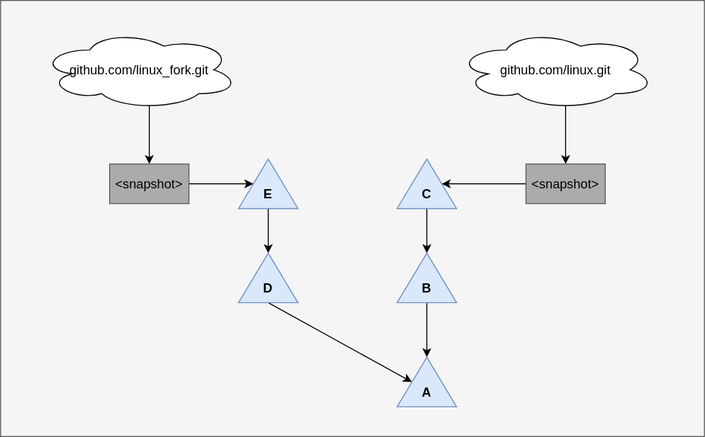
Before: content/assets/images/provenance_from_graph/Commit_graph.drawio.svg, a diagram exported from draw.io (CharlyReux/CharlyReux.github.io). Source tidied: cells renumbered, new cells last; positions are measured from the earlier drawing's top-left corner, leaving out a move shared by most shapes.
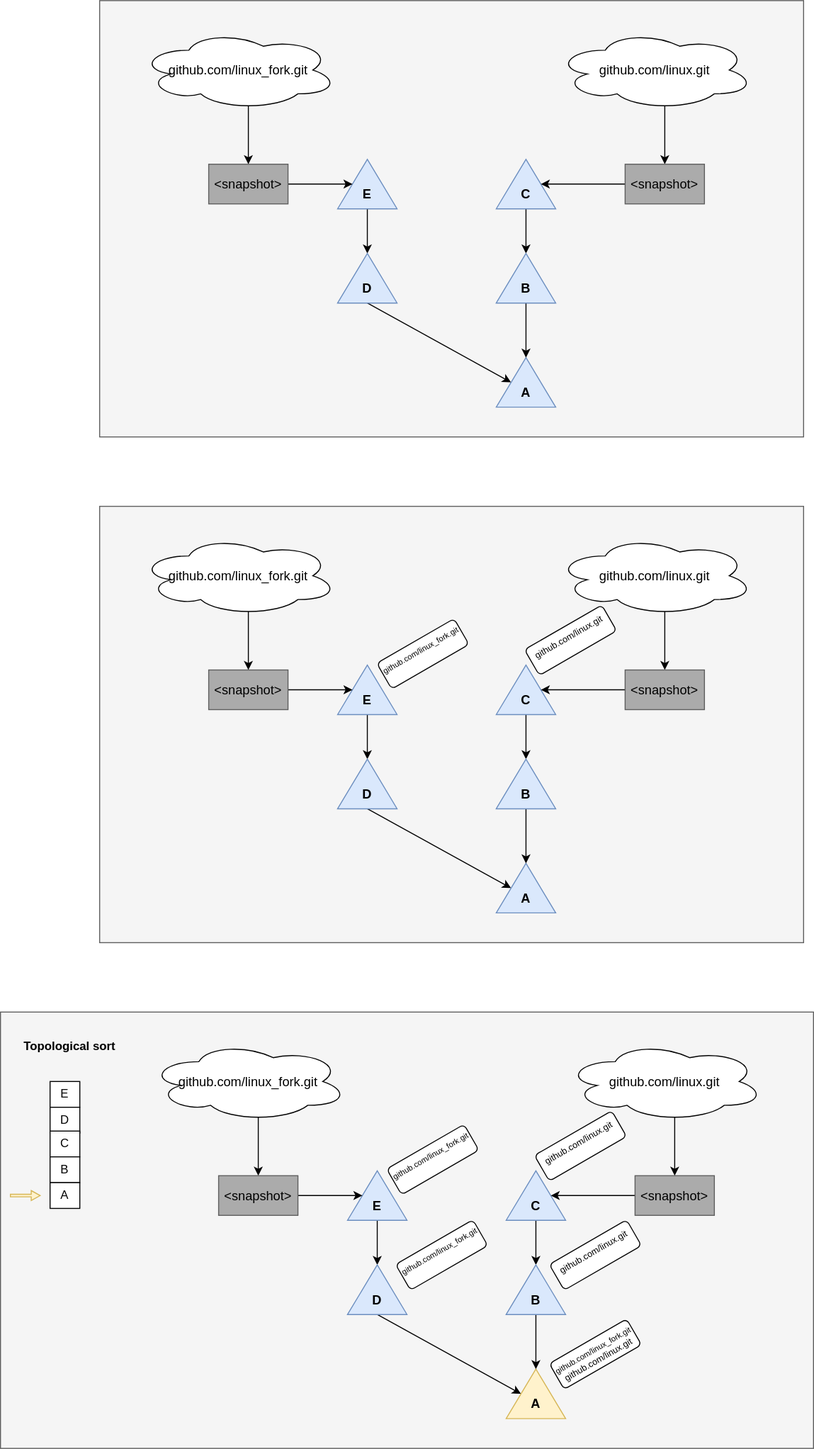
The same file after the commit.

What changed in the source:
```diff
@@ -71,5 +71,185 @@
     <mxCell id="24" value="&amp;lt;snapshot&amp;gt;" style="rounded=0;whiteSpace=wrap;html=1;fillColor=#ABABAB;strokeColor=#5E5E5E;fontSize=13;" parent="1" vertex="1">
       <mxGeometry x="530" y="165" width="80" height="40" as="geometry" />
     </mxCell>
+    <mxCell id="25" style="rounded=0;whiteSpace=wrap;html=1;fillColor=#f5f5f5;fontColor=#333333;strokeColor=#5E5E5E;" parent="1" vertex="1">
+      <mxGeometry y="510" width="710" height="440" as="geometry" />
+    </mxCell>
+    <mxCell id="26" style="endArrow=classic;html=1;rounded=0;entryX=0;entryY=0;entryDx=15;entryDy=25;exitX=0.5;exitY=1;exitDx=0;exitDy=0;entryPerimeter=0;exitPerimeter=0;fontSize=13;" parent="1" edge="1" source="34" target="27">
+      <mxGeometry relative="1" as="geometry" />
+    </mxCell>
+    <mxCell id="27" style="verticalLabelPosition=bottom;verticalAlign=top;html=1;shape=mxgraph.basic.acute_triangle;dx=0.5;fillColor=#dae8fc;strokeColor=#6c8ebf;fontSize=13;" parent="1" vertex="1">
+      <mxGeometry x="400" y="870" width="60" height="50" as="geometry" />
+    </mxCell>
+    <mxCell id="28" style="edgeStyle=orthogonalEdgeStyle;rounded=0;jettySize=auto;html=1;fontSize=13;" parent="1" edge="1" source="29" target="31">
+      <mxGeometry relative="1" as="geometry" />
+    </mxCell>
+    <mxCell id="29" style="verticalLabelPosition=bottom;verticalAlign=top;html=1;shape=mxgraph.basic.acute_triangle;dx=0.5;fillColor=#dae8fc;strokeColor=#6c8ebf;fontSize=13;" parent="1" vertex="1">
+      <mxGeometry x="400" y="670" width="60" height="50" as="geometry" />
+    </mxCell>
+    <mxCell id="30" style="edgeStyle=orthogonalEdgeStyle;rounded=0;jettySize=auto;html=1;fontSize=13;" parent="1" edge="1" source="31" target="27">
+      <mxGeometry relative="1" as="geometry" />
+    </mxCell>
+    <mxCell id="31" style="verticalLabelPosition=bottom;verticalAlign=top;html=1;shape=mxgraph.basic.acute_triangle;dx=0.5;fillColor=#dae8fc;strokeColor=#6c8ebf;fontSize=13;" parent="1" vertex="1">
+      <mxGeometry x="400" y="765" width="60" height="50" as="geometry" />
+    </mxCell>
+    <mxCell id="32" style="edgeStyle=orthogonalEdgeStyle;rounded=0;jettySize=auto;html=1;fontSize=13;" parent="1" edge="1" source="33" target="34">
+      <mxGeometry relative="1" as="geometry" />
+    </mxCell>
+    <mxCell id="33" style="verticalLabelPosition=bottom;verticalAlign=top;html=1;shape=mxgraph.basic.acute_triangle;dx=0.5;fillColor=#dae8fc;strokeColor=#6c8ebf;fontSize=13;" parent="1" vertex="1">
+      <mxGeometry x="240" y="670" width="60" height="50" as="geometry" />
+    </mxCell>
+    <mxCell id="34" style="verticalLabelPosition=bottom;verticalAlign=top;html=1;shape=mxgraph.basic.acute_triangle;dx=0.5;fillColor=#dae8fc;strokeColor=#6c8ebf;fontSize=13;" parent="1" vertex="1">
+      <mxGeometry x="240" y="765" width="60" height="50" as="geometry" />
+    </mxCell>
+    <mxCell id="35" value="A" style="text;html=1;align=center;verticalAlign=middle;whiteSpace=wrap;rounded=0;fontStyle=1;fontSize=13;" parent="1" vertex="1">
+      <mxGeometry x="415" y="890" width="30" height="30" as="geometry" />
+    </mxCell>
+    <mxCell id="36" value="B" style="text;html=1;align=center;verticalAlign=middle;whiteSpace=wrap;rounded=0;fontStyle=1;fontSize=13;" parent="1" vertex="1">
+      <mxGeometry x="415" y="785" width="30" height="30" as="geometry" />
+    </mxCell>
+    <mxCell id="37" value="C" style="text;html=1;align=center;verticalAlign=middle;whiteSpace=wrap;rounded=0;fontStyle=1;fontSize=13;" parent="1" vertex="1">
+      <mxGeometry x="415" y="690" width="30" height="30" as="geometry" />
+    </mxCell>
+    <mxCell id="38" value="D" style="text;html=1;align=center;verticalAlign=middle;whiteSpace=wrap;rounded=0;fontStyle=1;fontSize=13;" parent="1" vertex="1">
+      <mxGeometry x="255" y="785" width="30" height="30" as="geometry" />
+    </mxCell>
+    <mxCell id="39" value="E" style="text;html=1;align=center;verticalAlign=middle;whiteSpace=wrap;rounded=0;fontStyle=1;fontSize=13;" parent="1" vertex="1">
+      <mxGeometry x="255" y="690" width="30" height="30" as="geometry" />
+    </mxCell>
+    <mxCell id="40" style="edgeStyle=orthogonalEdgeStyle;rounded=0;jettySize=auto;html=1;exitX=0.55;exitY=0.95;exitDx=0;exitDy=0;exitPerimeter=0;fontSize=13;" parent="1" edge="1" source="41" target="43">
+      <mxGeometry relative="1" as="geometry" />
+    </mxCell>
+    <mxCell id="41" value="github.com/linux_fork.git" style="ellipse;shape=cloud;whiteSpace=wrap;html=1;fontSize=13;" parent="1" vertex="1">
+      <mxGeometry x="40" y="540" width="200" height="80" as="geometry" />
+    </mxCell>
+    <mxCell id="42" style="edgeStyle=orthogonalEdgeStyle;rounded=0;jettySize=auto;html=1;entryX=0;entryY=0;entryDx=15;entryDy=25;entryPerimeter=0;fontSize=13;" parent="1" edge="1" source="43" target="33">
+      <mxGeometry relative="1" as="geometry" />
+    </mxCell>
+    <mxCell id="43" value="&amp;lt;snapshot&amp;gt;" style="rounded=0;whiteSpace=wrap;html=1;fillColor=#ABABAB;strokeColor=#5E5E5E;fontSize=13;" parent="1" vertex="1">
+      <mxGeometry x="110" y="675" width="80" height="40" as="geometry" />
+    </mxCell>
+    <mxCell id="44" style="edgeStyle=orthogonalEdgeStyle;rounded=0;jettySize=auto;html=1;exitX=0.55;exitY=0.95;exitDx=0;exitDy=0;exitPerimeter=0;fontSize=13;" parent="1" edge="1" source="45" target="47">
+      <mxGeometry relative="1" as="geometry" />
+    </mxCell>
+    <mxCell id="45" value="github.com/linux.git" style="ellipse;shape=cloud;whiteSpace=wrap;html=1;fontSize=13;" parent="1" vertex="1">
+      <mxGeometry x="460" y="540" width="200" height="80" as="geometry" />
+    </mxCell>
+    <mxCell id="46" style="edgeStyle=orthogonalEdgeStyle;rounded=0;jettySize=auto;html=1;entryX=0;entryY=0;entryDx=45;entryDy=25;entryPerimeter=0;fontSize=13;" parent="1" edge="1" source="47" target="29">
+      <mxGeometry relative="1" as="geometry" />
+    </mxCell>
+    <mxCell id="47" value="&amp;lt;snapshot&amp;gt;" style="rounded=0;whiteSpace=wrap;html=1;fillColor=#ABABAB;strokeColor=#5E5E5E;fontSize=13;" parent="1" vertex="1">
+      <mxGeometry x="530" y="675" width="80" height="40" as="geometry" />
+    </mxCell>
+    <mxCell id="48" value="&lt;span style=&quot;font-size: 8px;&quot;&gt;github.com/linux_fork.git&lt;/span&gt;" style="rounded=1;whiteSpace=wrap;html=1;fontSize=8;rotation=-30;verticalAlign=top;labelPosition=center;verticalLabelPosition=middle;align=center;" parent="1" vertex="1">
+      <mxGeometry x="281" y="643.7" width="90" height="30" as="geometry" />
+    </mxCell>
+    <mxCell id="49" value="&lt;span style=&quot;font-size: 9px;&quot;&gt;github.com/linux.git&lt;/span&gt;" style="rounded=1;whiteSpace=wrap;html=1;fontSize=8;rotation=-30;verticalAlign=top;labelPosition=center;verticalLabelPosition=middle;align=center;" parent="1" vertex="1">
+      <mxGeometry x="430" y="630" width="90" height="30" as="geometry" />
+    </mxCell>
+    <mxCell id="50" style="rounded=0;whiteSpace=wrap;html=1;fillColor=#f5f5f5;fontColor=#333333;strokeColor=#5E5E5E;" parent="1" vertex="1">
+      <mxGeometry x="-100" y="1020" width="820" height="440" as="geometry" />
+    </mxCell>
+    <mxCell id="51" style="endArrow=classic;html=1;rounded=0;entryX=0;entryY=0;entryDx=15;entryDy=25;exitX=0.5;exitY=1;exitDx=0;exitDy=0;entryPerimeter=0;exitPerimeter=0;fontSize=13;" parent="1" edge="1" source="59" target="52">
+      <mxGeometry relative="1" as="geometry" />
+    </mxCell>
+    <mxCell id="52" style="verticalLabelPosition=bottom;verticalAlign=top;html=1;shape=mxgraph.basic.acute_triangle;dx=0.5;fillColor=#fff2cc;strokeColor=#d6b656;fontSize=13;" parent="1" vertex="1">
+      <mxGeometry x="410" y="1380" width="60" height="50" as="geometry" />
+    </mxCell>
+    <mxCell id="53" style="edgeStyle=orthogonalEdgeStyle;rounded=0;jettySize=auto;html=1;fontSize=13;" parent="1" edge="1" source="54" target="56">
+      <mxGeometry relative="1" as="geometry" />
+    </mxCell>
+    <mxCell id="54" style="verticalLabelPosition=bottom;verticalAlign=top;html=1;shape=mxgraph.basic.acute_triangle;dx=0.5;fillColor=#dae8fc;strokeColor=#6c8ebf;fontSize=13;" parent="1" vertex="1">
+      <mxGeometry x="410" y="1180" width="60" height="50" as="geometry" />
+    </mxCell>
+    <mxCell id="55" style="edgeStyle=orthogonalEdgeStyle;rounded=0;jettySize=auto;html=1;fontSize=13;" parent="1" edge="1" source="56" target="52">
+      <mxGeometry relative="1" as="geometry" />
+    </mxCell>
+    <mxCell id="56" style="verticalLabelPosition=bottom;verticalAlign=top;html=1;shape=mxgraph.basic.acute_triangle;dx=0.5;fillColor=#dae8fc;strokeColor=#6c8ebf;fontSize=13;" parent="1" vertex="1">
+      <mxGeometry x="410" y="1275" width="60" height="50" as="geometry" />
+    </mxCell>
+    <mxCell id="57" style="edgeStyle=orthogonalEdgeStyle;rounded=0;jettySize=auto;html=1;fontSize=13;" parent="1" edge="1" source="58" target="59">
+      <mxGeometry relative="1" as="geometry" />
+    </mxCell>
+    <mxCell id="58" style="verticalLabelPosition=bottom;verticalAlign=top;html=1;shape=mxgraph.basic.acute_triangle;dx=0.5;fillColor=#dae8fc;strokeColor=#6c8ebf;fontSize=13;" parent="1" vertex="1">
+      <mxGeometry x="250" y="1180" width="60" height="50" as="geometry" />
+    </mxCell>
+    <mxCell id="59" style="verticalLabelPosition=bottom;verticalAlign=top;html=1;shape=mxgraph.basic.acute_triangle;dx=0.5;fillColor=#dae8fc;strokeColor=#6c8ebf;fontSize=13;" parent="1" vertex="1">
+      <mxGeometry x="250" y="1275" width="60" height="50" as="geometry" />
+    </mxCell>
+    <mxCell id="60" value="A" style="text;html=1;align=center;verticalAlign=middle;whiteSpace=wrap;rounded=0;fontStyle=1;fontSize=13;" parent="1" vertex="1">
+      <mxGeometry x="425" y="1400" width="30" height="30" as="geometry" />
+    </mxCell>
+    <mxCell id="61" value="B" style="text;html=1;align=center;verticalAlign=middle;whiteSpace=wrap;rounded=0;fontStyle=1;fontSize=13;" parent="1" vertex="1">
+      <mxGeometry x="425" y="1295" width="30" height="30" as="geometry" />
+    </mxCell>
+    <mxCell id="62" value="C" style="text;html=1;align=center;verticalAlign=middle;whiteSpace=wrap;rounded=0;fontStyle=1;fontSize=13;" parent="1" vertex="1">
+      <mxGeometry x="425" y="1200" width="30" height="30" as="geometry" />
+    </mxCell>
+    <mxCell id="63" value="D" style="text;html=1;align=center;verticalAlign=middle;whiteSpace=wrap;rounded=0;fontStyle=1;fontSize=13;" parent="1" vertex="1">
+      <mxGeometry x="265" y="1295" width="30" height="30" as="geometry" />
+    </mxCell>
+    <mxCell id="64" value="E" style="text;html=1;align=center;verticalAlign=middle;whiteSpace=wrap;rounded=0;fontStyle=1;fontSize=13;" parent="1" vertex="1">
+      <mxGeometry x="265" y="1200" width="30" height="30" as="geometry" />
+    </mxCell>
+    <mxCell id="65" style="edgeStyle=orthogonalEdgeStyle;rounded=0;jettySize=auto;html=1;exitX=0.55;exitY=0.95;exitDx=0;exitDy=0;exitPerimeter=0;fontSize=13;" parent="1" edge="1" source="66" target="68">
+      <mxGeometry relative="1" as="geometry" />
+    </mxCell>
+    <mxCell id="66" value="github.com/linux_fork.git" style="ellipse;shape=cloud;whiteSpace=wrap;html=1;fontSize=13;" parent="1" vertex="1">
+      <mxGeometry x="50" y="1050" width="200" height="80" as="geometry" />
+    </mxCell>
+    <mxCell id="67" style="edgeStyle=orthogonalEdgeStyle;rounded=0;jettySize=auto;html=1;entryX=0;entryY=0;entryDx=15;entryDy=25;entryPerimeter=0;fontSize=13;" parent="1" edge="1" source="68" target="58">
+      <mxGeometry relative="1" as="geometry" />
+    </mxCell>
+    <mxCell id="68" value="&amp;lt;snapshot&amp;gt;" style="rounded=0;whiteSpace=wrap;html=1;fillColor=#ABABAB;strokeColor=#5E5E5E;fontSize=13;" parent="1" vertex="1">
+      <mxGeometry x="120" y="1185" width="80" height="40" as="geometry" />
+    </mxCell>
+    <mxCell id="69" style="edgeStyle=orthogonalEdgeStyle;rounded=0;jettySize=auto;html=1;exitX=0.55;exitY=0.95;exitDx=0;exitDy=0;exitPerimeter=0;fontSize=13;" parent="1" edge="1" source="70" target="72">
+      <mxGeometry relative="1" as="geometry" />
+    </mxCell>
+    <mxCell id="70" value="github.com/linux.git" style="ellipse;shape=cloud;whiteSpace=wrap;html=1;fontSize=13;" parent="1" vertex="1">
+      <mxGeometry x="470" y="1050" width="200" height="80" as="geometry" />
+    </mxCell>
+    <mxCell id="71" style="edgeStyle=orthogonalEdgeStyle;rounded=0;jettySize=auto;html=1;entryX=0;entryY=0;entryDx=45;entryDy=25;entryPerimeter=0;fontSize=13;" parent="1" edge="1" source="72" target="54">
+      <mxGeometry relative="1" as="geometry" />
+    </mxCell>
+    <mxCell id="72" value="&amp;lt;snapshot&amp;gt;" style="rounded=0;whiteSpace=wrap;html=1;fillColor=#ABABAB;strokeColor=#5E5E5E;fontSize=13;" parent="1" vertex="1">
+      <mxGeometry x="540" y="1185" width="80" height="40" as="geometry" />
+    </mxCell>
+    <mxCell id="73" value="&lt;span style=&quot;font-size: 8px;&quot;&gt;github.com/linux_fork.git&lt;/span&gt;" style="rounded=1;whiteSpace=wrap;html=1;fontSize=8;rotation=-30;verticalAlign=top;labelPosition=center;verticalLabelPosition=middle;align=center;" parent="1" vertex="1">
+      <mxGeometry x="291" y="1153.7" width="90" height="30" as="geometry" />
+    </mxCell>
+    <mxCell id="74" value="&lt;span style=&quot;font-size: 9px;&quot;&gt;github.com/linux.git&lt;/span&gt;" style="rounded=1;whiteSpace=wrap;html=1;fontSize=8;rotation=-30;verticalAlign=top;labelPosition=center;verticalLabelPosition=middle;align=center;" parent="1" vertex="1">
+      <mxGeometry x="440" y="1140" width="90" height="30" as="geometry" />
+    </mxCell>
+    <mxCell id="75" value="Topological sort" style="text;html=1;align=center;verticalAlign=middle;whiteSpace=wrap;rounded=0;fontStyle=1;" parent="1" vertex="1">
+      <mxGeometry x="-80" y="1040" width="100" height="30" as="geometry" />
+    </mxCell>
+    <mxCell id="76" value="E&lt;span style=&quot;color: rgba(0, 0, 0, 0); font-family: monospace; font-size: 0px; text-align: start; text-wrap: nowrap;&quot;&gt;%3CmxGraphModel%3E%3Croot%3E%3CmxCell%20id%3D%220%22%2F%3E%3CmxCell%20id%3D%221%22%20parent%3D%220%22%2F%3E%3CmxCell%20id%3D%222%22%20value%3D%22%26lt%3Bspan%20style%3D%26quot%3Bfont-size%3A%209px%3B%26quot%3B%26gt%3Bgithub.com%2Flinux.git%26lt%3B%2Fspan%26gt%3B%22%20style%3D%22rounded%3D1%3BwhiteSpace%3Dwrap%3Bhtml%3D1%3BfontSize%3D8%3Brotation%3D-30%3BverticalAlign%3Dtop%3BlabelPosition%3Dcenter%3BverticalLabelPosition%3Dmiddle%3Balign%3Dcenter%3B%22%20vertex%3D%221%22%20parent%3D%221%22%3E%3CmxGeometry%20x%3D%22380%22%20y%3D%221150%22%20width%3D%2290%22%20height%3D%2230%22%20as%3D%22geometry%22%2F%3E%3C%2FmxCell%3E%3C%2Froot%3E%3C%2FmxGraphModel%3E&lt;/span&gt;" style="rounded=0;whiteSpace=wrap;html=1;" parent="1" vertex="1">
+      <mxGeometry x="-50" y="1090" width="30" height="26" as="geometry" />
+    </mxCell>
+    <mxCell id="77" value="D" style="rounded=0;whiteSpace=wrap;html=1;" parent="1" vertex="1">
+      <mxGeometry x="-50" y="1116" width="30" height="26" as="geometry" />
+    </mxCell>
+    <mxCell id="78" value="C" style="rounded=0;whiteSpace=wrap;html=1;" parent="1" vertex="1">
+      <mxGeometry x="-50" y="1140" width="30" height="26" as="geometry" />
+    </mxCell>
+    <mxCell id="79" value="B" style="rounded=0;whiteSpace=wrap;html=1;" parent="1" vertex="1">
+      <mxGeometry x="-50" y="1166" width="30" height="26" as="geometry" />
+    </mxCell>
+    <mxCell id="80" value="A" style="rounded=0;whiteSpace=wrap;html=1;" parent="1" vertex="1">
+      <mxGeometry x="-50" y="1192" width="30" height="26" as="geometry" />
+    </mxCell>
+    <mxCell id="81" style="html=1;shadow=0;dashed=0;align=center;verticalAlign=middle;shape=mxgraph.arrows2.arrow;dy=0.74;dx=9;notch=0;strokeColor=#d6b656;fillColor=#fff2cc;" parent="1" vertex="1">
+      <mxGeometry x="-90" y="1200" width="30" height="10" as="geometry" />
+    </mxCell>
+    <mxCell id="82" value="&lt;span style=&quot;font-size: 8px;&quot;&gt;github.com/linux_fork.git&lt;/span&gt;" style="rounded=1;whiteSpace=wrap;html=1;fontSize=8;rotation=-30;verticalAlign=top;labelPosition=center;verticalLabelPosition=middle;align=center;" parent="1" vertex="1">
+      <mxGeometry x="300" y="1250" width="90" height="30" as="geometry" />
+    </mxCell>
+    <mxCell id="83" value="&lt;span style=&quot;font-size: 9px;&quot;&gt;github.com/linux.git&lt;/span&gt;" style="rounded=1;whiteSpace=wrap;html=1;fontSize=8;rotation=-30;verticalAlign=top;labelPosition=center;verticalLabelPosition=middle;align=center;" parent="1" vertex="1">
+      <mxGeometry x="455" y="1250" width="90" height="30" as="geometry" />
+    </mxCell>
+    <mxCell id="84" value="&lt;span style=&quot;font-size: 8px;&quot;&gt;github.com/linux_fork.git&lt;br&gt;&lt;/span&gt;&lt;span style=&quot;font-size: 9px;&quot;&gt;github.com/linux.git&lt;/span&gt;&lt;span style=&quot;font-size: 8px;&quot;&gt;&lt;br&gt;&lt;/span&gt;" style="rounded=1;whiteSpace=wrap;html=1;fontSize=8;rotation=-30;verticalAlign=top;labelPosition=center;verticalLabelPosition=middle;align=center;" parent="1" vertex="1">
+      <mxGeometry x="455" y="1350" width="90" height="30" as="geometry" />
+    </mxCell>
   </root>
 </mxGraphModel>
```
